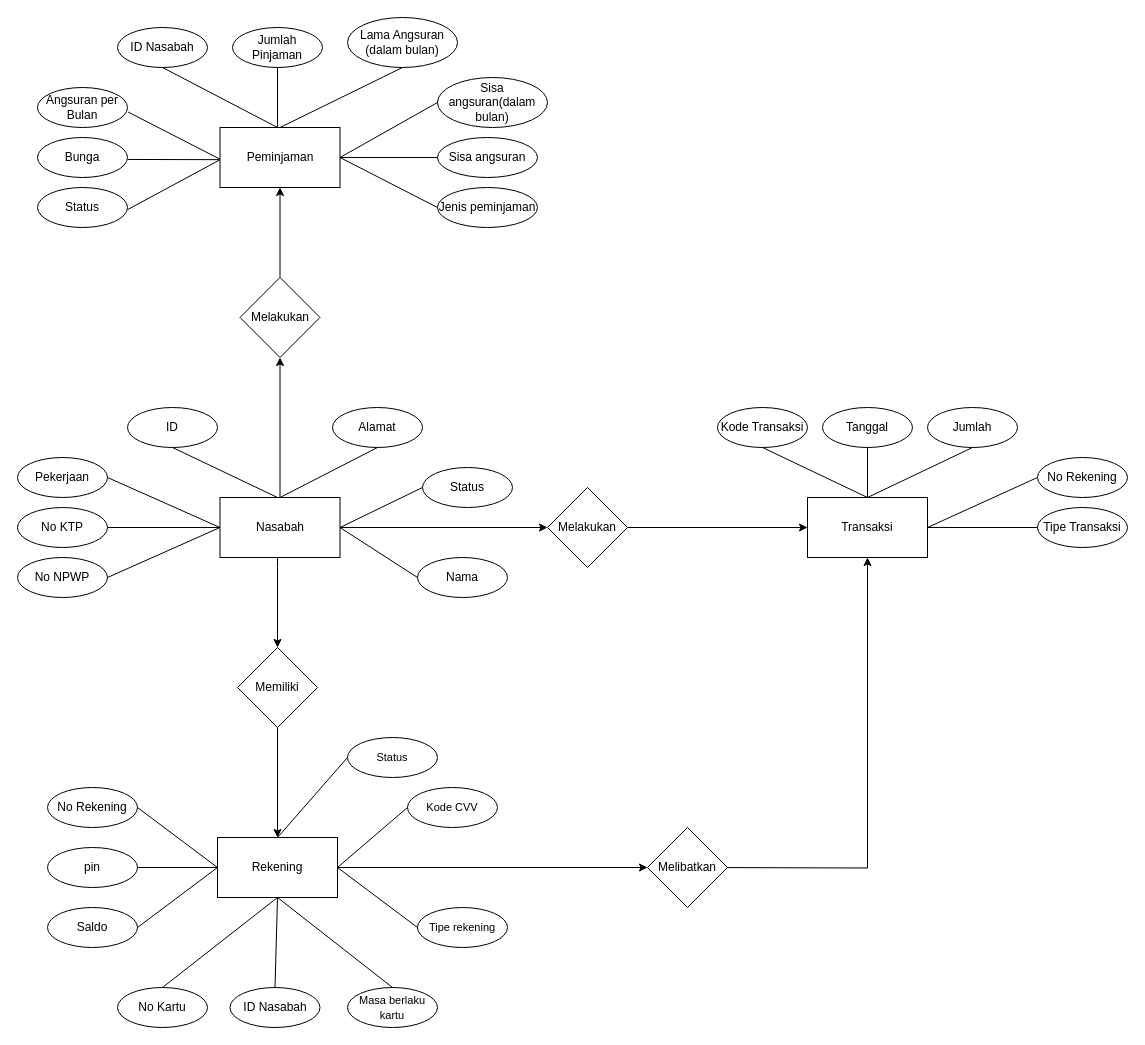
Above: Untitled Diagram.drawio in diki-telyu/IMA-java-algorithm (draw.io), before the change. Source tidied: cells renumbered, new cells numbered last; positions are measured from the earlier drawing's top-left corner, leaving out a move shared by most shapes. Both pictures are drawn from the tidied source at 100%, with x=0, y=0 at pixel (17, 17).
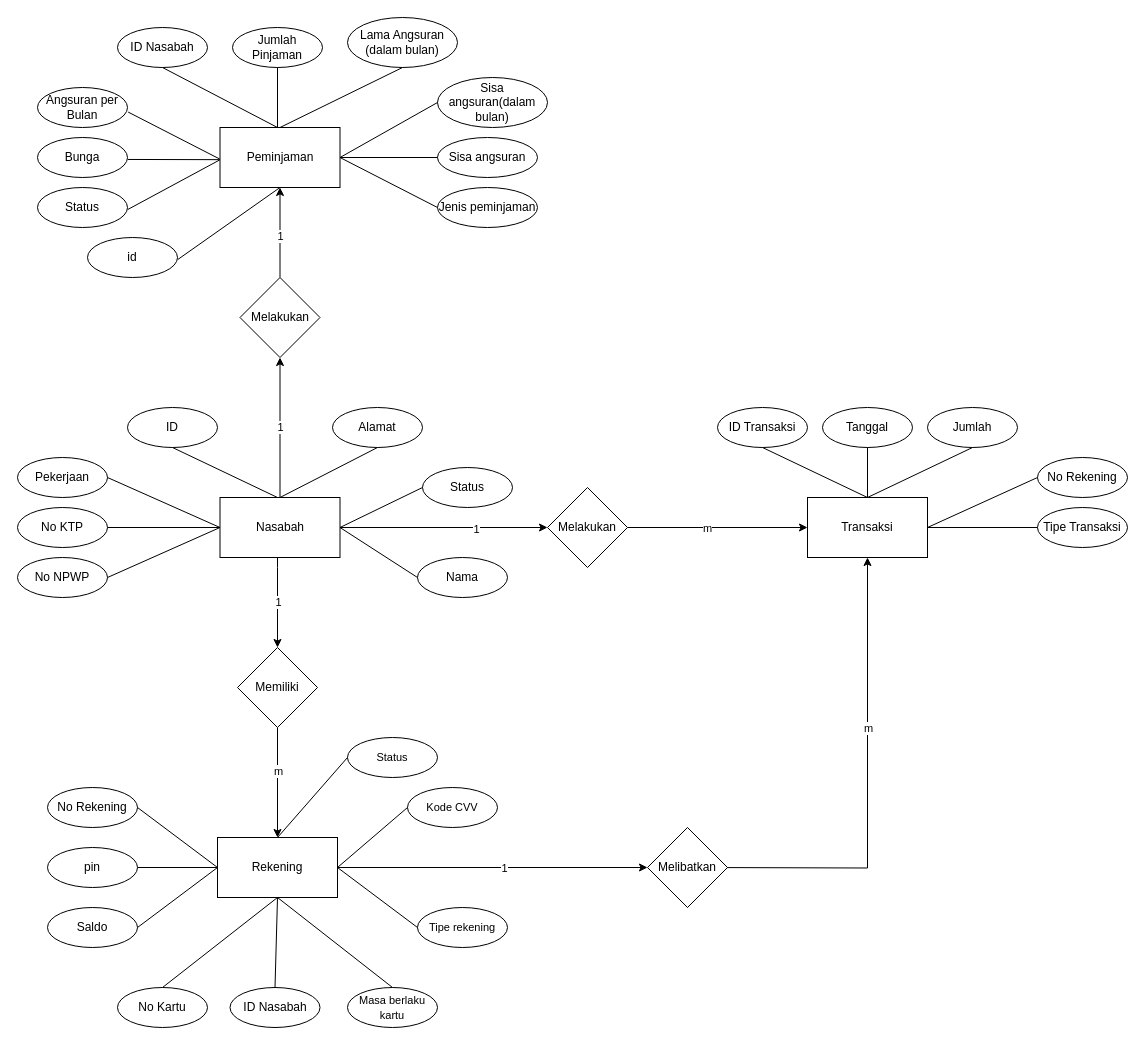
The same page after the edit.

The change refers to these unchanged cells:
```xml
<mxCell id="2" style="edgeStyle=orthogonalEdgeStyle;rounded=0;jettySize=auto;html=1;" parent="1" edge="1" source="5" target="21">
  <mxGeometry relative="1" as="geometry">
    <Array as="points">
      <mxPoint x="260" y="550" />
      <mxPoint x="260" y="550" />
    </Array>
  </mxGeometry>
</mxCell>
<mxCell id="3" style="edgeStyle=orthogonalEdgeStyle;rounded=0;jettySize=auto;html=1;entryX=0;entryY=0.5;entryDx=0;entryDy=0;" parent="1" edge="1" source="5" target="41">
  <mxGeometry relative="1" as="geometry" />
</mxCell>
<mxCell id="5" value="Nasabah" style="rounded=0;whiteSpace=wrap;html=1;" parent="1" vertex="1">
  <mxGeometry x="202.5" y="480" width="120" height="60" as="geometry" />
</mxCell>
<mxCell id="20" style="edgeStyle=orthogonalEdgeStyle;rounded=0;jettySize=auto;html=1;exitX=0.5;exitY=1;exitDx=0;exitDy=0;entryX=0.5;entryY=0;entryDx=0;entryDy=0;" parent="1" edge="1" source="21" target="23">
  <mxGeometry relative="1" as="geometry" />
</mxCell>
<mxCell id="22" style="edgeStyle=orthogonalEdgeStyle;rounded=0;jettySize=auto;html=1;entryX=0;entryY=0.5;entryDx=0;entryDy=0;" parent="1" edge="1" source="23" target="52">
  <mxGeometry relative="1" as="geometry" />
</mxCell>
<mxCell id="40" style="edgeStyle=orthogonalEdgeStyle;rounded=0;jettySize=auto;html=1;" parent="1" edge="1" source="41" target="42">
  <mxGeometry relative="1" as="geometry" />
</mxCell>
<mxCell id="51" style="edgeStyle=orthogonalEdgeStyle;rounded=0;jettySize=auto;html=1;entryX=0.5;entryY=1;entryDx=0;entryDy=0;exitX=1;exitY=0.5;exitDx=0;exitDy=0;" parent="1" edge="1" target="42">
  <mxGeometry relative="1" as="geometry">
    <mxPoint x="680" y="850" as="sourcePoint" />
  </mxGeometry>
</mxCell>
<mxCell id="53" style="edgeStyle=orthogonalEdgeStyle;rounded=0;jettySize=auto;html=1;" parent="1" edge="1" source="54" target="55">
  <mxGeometry relative="1" as="geometry" />
</mxCell>
<mxCell id="54" value="Melakukan" style="rhombus;whiteSpace=wrap;html=1;" parent="1" vertex="1">
  <mxGeometry x="222.5" y="260" width="80" height="80" as="geometry" />
</mxCell>
<mxCell id="55" value="Peminjaman" style="whiteSpace=wrap;html=1;" parent="1" vertex="1">
  <mxGeometry x="202.5" y="110" width="120" height="60" as="geometry" />
</mxCell>
```

Diff of the diagram source:
```diff
@@
+    <mxCell id="78" value="1" style="edgeLabel;html=1;align=center;verticalAlign=middle;" parent="2" vertex="1">
+      <mxGeometry x="-0.02" relative="1" as="geometry" />
+    </mxCell>
@@
+    <mxCell id="79" value="1" style="edgeLabel;html=1;align=center;verticalAlign=middle;" parent="3" vertex="1">
+      <mxGeometry x="0.31" y="-1" relative="1" as="geometry" />
+    </mxCell>
-    <mxCell id="4" style="edgeStyle=orthogonalEdgeStyle;rounded=0;jettySize=auto;html=1;entryX=0.5;entryY=1;entryDx=0;entryDy=0;" parent="1" edge="1" source="5" target="54">
+    <mxCell id="4" value="1" style="edgeStyle=orthogonalEdgeStyle;rounded=0;jettySize=auto;html=1;entryX=0.5;entryY=1;entryDx=0;entryDy=0;" parent="1" edge="1" source="5" target="54">
       <mxGeometry relative="1" as="geometry" />
     </mxCell>
@@
+    <mxCell id="80" value="m" style="edgeLabel;html=1;align=center;verticalAlign=middle;" parent="20" vertex="1">
+      <mxGeometry x="-0.22" relative="1" as="geometry" />
+    </mxCell>
@@
+    <mxCell id="81" value="1" style="edgeLabel;html=1;align=center;verticalAlign=middle;" parent="22" vertex="1">
+      <mxGeometry x="0.07" relative="1" as="geometry" />
+    </mxCell>
@@
+    <mxCell id="82" value="m" style="edgeLabel;html=1;align=center;verticalAlign=middle;" parent="40" vertex="1">
+      <mxGeometry x="-0.12" relative="1" as="geometry" />
+    </mxCell>
@@
-    <mxCell id="47" value="Kode Transaksi" style="ellipse;whiteSpace=wrap;html=1;" parent="1" vertex="1">
+    <mxCell id="47" value="ID Transaksi" style="ellipse;whiteSpace=wrap;html=1;" parent="1" vertex="1">
       <mxGeometry x="700" y="390" width="90" height="40" as="geometry" />
     </mxCell>
@@
+    <mxCell id="83" value="m" style="edgeLabel;html=1;align=center;verticalAlign=middle;" parent="51" vertex="1">
+      <mxGeometry x="0.29" relative="1" as="geometry" />
+    </mxCell>
@@
+    <mxCell id="84" value="1" style="edgeLabel;html=1;align=center;verticalAlign=middle;" parent="53" vertex="1">
+      <mxGeometry x="-0.06" relative="1" as="geometry" />
+    </mxCell>
@@
+    <mxCell id="85" value="id" style="ellipse;whiteSpace=wrap;html=1;" parent="1" vertex="1">
+      <mxGeometry x="70" y="220" width="90" height="40" as="geometry" />
+    </mxCell>
+    <mxCell id="86" style="endArrow=none;html=1;rounded=0;entryX=1.004;entryY=0.549;entryDx=0;entryDy=0;exitX=0.5;exitY=1;exitDx=0;exitDy=0;entryPerimeter=0;" parent="1" edge="1" source="55" target="85">
+      <mxGeometry relative="1" as="geometry" />
+    </mxCell>
```
